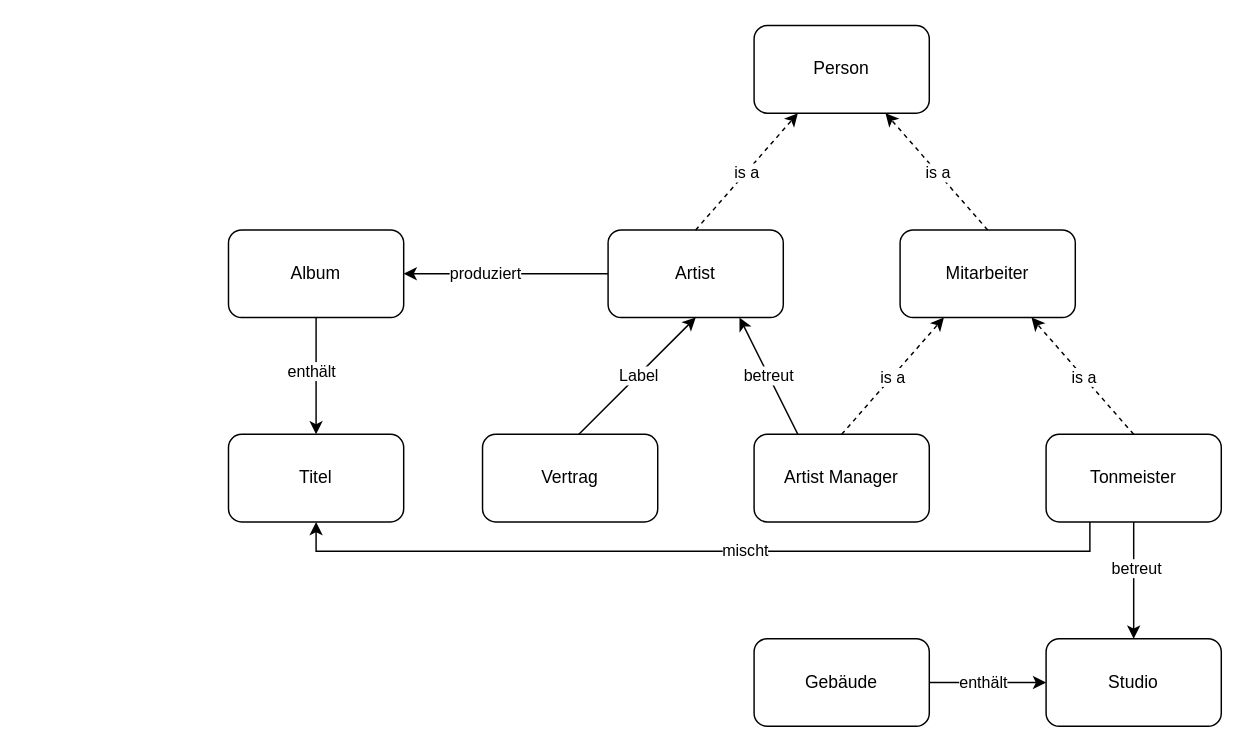
tobiasenger/zeichnungen keeps this draw.io diagram as DBSkizze1.drawio. Above is the earlier version. Source tidied: cells renumbered, new cells numbered last; positions are measured from the earlier drawing's top-left corner, leaving out a move shared by most shapes. Both pictures are drawn from the tidied source at 146%, with x=0, y=0 at pixel (228, 25).
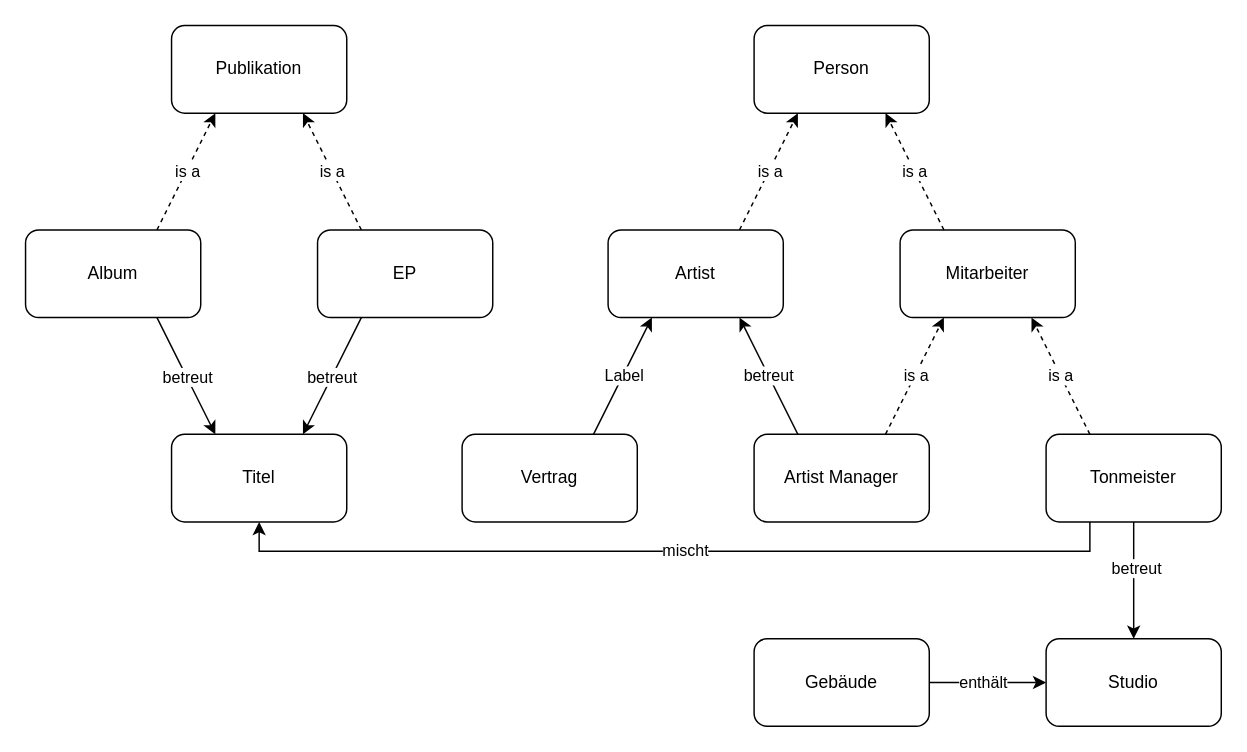
Above is the later version.

The change refers to these unchanged cells:
```xml
<mxCell id="4" value="Artist" style="rounded=1;whiteSpace=wrap;html=1;" parent="1" vertex="1">
  <mxGeometry x="260" y="140" width="120" height="60" as="geometry" />
</mxCell>
<mxCell id="10" value="Person" style="rounded=1;whiteSpace=wrap;html=1;" parent="1" vertex="1">
  <mxGeometry x="360" width="120" height="60" as="geometry" />
</mxCell>
<mxCell id="11" value="Mitarbeiter" style="rounded=1;whiteSpace=wrap;html=1;" parent="1" vertex="1">
  <mxGeometry x="460" y="140" width="120" height="60" as="geometry" />
</mxCell>
<mxCell id="14" style="edgeStyle=orthogonalEdgeStyle;rounded=0;jettySize=auto;html=1;exitX=0.25;exitY=1;exitDx=0;exitDy=0;entryX=0.5;entryY=1;entryDx=0;entryDy=0;" parent="1" edge="1" source="16" target="5">
  <mxGeometry relative="1" as="geometry" />
</mxCell>
<mxCell id="16" value="Tonmeister" style="rounded=1;whiteSpace=wrap;html=1;" parent="1" vertex="1">
  <mxGeometry x="560" y="280" width="120" height="60" as="geometry" />
</mxCell>
<mxCell id="21" value="Artist Manager" style="rounded=1;whiteSpace=wrap;html=1;" parent="1" vertex="1">
  <mxGeometry x="360" y="280" width="120" height="60" as="geometry" />
</mxCell>
```

What changed in the source:
```diff
@@
-    <mxCell id="2" style="edgeStyle=orthogonalEdgeStyle;rounded=0;jettySize=auto;html=1;exitX=0;exitY=0.5;exitDx=0;exitDy=0;entryX=1;entryY=0.5;entryDx=0;entryDy=0;" parent="1" edge="1" source="4" target="8">
-      <mxGeometry relative="1" as="geometry" />
-    </mxCell>
-    <mxCell id="3" value="produziert" style="edgeLabel;html=1;align=center;verticalAlign=middle;" parent="2" vertex="1">
-      <mxGeometry x="0.21" y="-1" relative="1" as="geometry" />
-    </mxCell>
@@
     <mxCell id="5" value="Titel" style="rounded=1;whiteSpace=wrap;html=1;" parent="1" vertex="1">
-      <mxGeometry y="280" width="120" height="60" as="geometry" />
+      <mxGeometry x="-39" y="280" width="120" height="60" as="geometry" />
     </mxCell>
-    <mxCell id="6" style="edgeStyle=orthogonalEdgeStyle;rounded=0;jettySize=auto;html=1;exitX=0.5;exitY=1;exitDx=0;exitDy=0;entryX=0.5;entryY=0;entryDx=0;entryDy=0;" parent="1" edge="1" source="8" target="5">
-      <mxGeometry relative="1" as="geometry" />
-    </mxCell>
-    <mxCell id="7" value="enthält" style="edgeLabel;html=1;align=center;verticalAlign=middle;" parent="6" vertex="1">
-      <mxGeometry x="-0.1" y="-4" relative="1" as="geometry" />
-    </mxCell>
     <mxCell id="8" value="Album" style="rounded=1;whiteSpace=wrap;html=1;" parent="1" vertex="1">
-      <mxGeometry y="140" width="120" height="60" as="geometry" />
+      <mxGeometry x="-139" y="140" width="120" height="60" as="geometry" />
     </mxCell>
@@
     <mxCell id="15" value="mischt" style="edgeLabel;html=1;align=center;verticalAlign=middle;" parent="14" vertex="1">
       <mxGeometry x="-0.1" y="2" relative="1" as="geometry">
-        <mxPoint y="-3" as="offset" />
+        <mxPoint x="-24" y="-3" as="offset" />
       </mxGeometry>
     </mxCell>
@@
     <mxCell id="20" value="Vertrag" style="rounded=1;whiteSpace=wrap;html=1;" parent="1" vertex="1">
-      <mxGeometry x="174" y="280" width="120" height="60" as="geometry" />
+      <mxGeometry x="160" y="280" width="120" height="60" as="geometry" />
     </mxCell>
@@
-    <mxCell id="22" style="endArrow=classic;html=1;rounded=0;entryX=0.5;entryY=1;entryDx=0;entryDy=0;" parent="1" edge="1" target="4">
-      <mxGeometry relative="1" as="geometry">
-        <mxPoint x="240" y="280" as="sourcePoint" />
-      </mxGeometry>
+    <mxCell id="22" style="endArrow=classic;html=1;rounded=0;entryX=0.25;entryY=1;entryDx=0;entryDy=0;exitX=0.75;exitY=0;exitDx=0;exitDy=0;" parent="1" edge="1" source="20" target="4">
+      <mxGeometry relative="1" as="geometry" />
     </mxCell>
@@
-    <mxCell id="24" style="endArrow=classic;html=1;rounded=0;dashed=1;entryX=0.75;entryY=1;entryDx=0;entryDy=0;exitX=0.5;exitY=0;exitDx=0;exitDy=0;" parent="1" edge="1" source="11" target="10">
+    <mxCell id="24" style="endArrow=classic;html=1;rounded=0;dashed=1;entryX=0.75;entryY=1;entryDx=0;entryDy=0;exitX=0.25;exitY=0;exitDx=0;exitDy=0;" parent="1" edge="1" source="11" target="10">
       <mxGeometry relative="1" as="geometry" />
     </mxCell>
@@
-    <mxCell id="26" style="endArrow=classic;html=1;rounded=0;dashed=1;entryX=0.25;entryY=1;entryDx=0;entryDy=0;exitX=0.5;exitY=0;exitDx=0;exitDy=0;" parent="1" edge="1" source="4" target="10">
+    <mxCell id="26" style="endArrow=classic;html=1;rounded=0;dashed=1;entryX=0.25;entryY=1;entryDx=0;entryDy=0;exitX=0.75;exitY=0;exitDx=0;exitDy=0;" parent="1" edge="1" source="4" target="10">
       <mxGeometry relative="1" as="geometry" />
     </mxCell>
@@
-    <mxCell id="28" style="endArrow=classic;html=1;rounded=0;dashed=1;entryX=0.75;entryY=1;entryDx=0;entryDy=0;exitX=0.5;exitY=0;exitDx=0;exitDy=0;" parent="1" edge="1" source="16" target="11">
+    <mxCell id="28" style="endArrow=classic;html=1;rounded=0;dashed=1;entryX=0.75;entryY=1;entryDx=0;entryDy=0;exitX=0.25;exitY=0;exitDx=0;exitDy=0;" parent="1" edge="1" source="16" target="11">
       <mxGeometry relative="1" as="geometry" />
     </mxCell>
@@
-    <mxCell id="30" style="endArrow=classic;html=1;rounded=0;dashed=1;entryX=0.25;entryY=1;entryDx=0;entryDy=0;exitX=0.5;exitY=0;exitDx=0;exitDy=0;" parent="1" edge="1" source="21" target="11">
+    <mxCell id="30" style="endArrow=classic;html=1;rounded=0;dashed=1;entryX=0.25;entryY=1;entryDx=0;entryDy=0;exitX=0.75;exitY=0;exitDx=0;exitDy=0;" parent="1" edge="1" source="21" target="11">
       <mxGeometry relative="1" as="geometry" />
     </mxCell>
@@
+    <mxCell id="34" value="Publikation" style="rounded=1;whiteSpace=wrap;html=1;" parent="1" vertex="1">
+      <mxGeometry x="-39" width="120" height="60" as="geometry" />
+    </mxCell>
+    <mxCell id="35" value="EP" style="rounded=1;whiteSpace=wrap;html=1;" parent="1" vertex="1">
+      <mxGeometry x="61" y="140" width="120" height="60" as="geometry" />
+    </mxCell>
+    <mxCell id="36" style="endArrow=classic;html=1;rounded=0;dashed=1;exitX=0.75;exitY=0;exitDx=0;exitDy=0;" parent="1" edge="1" source="8">
+      <mxGeometry relative="1" as="geometry">
+        <mxPoint x="-9" y="60" as="targetPoint" />
+      </mxGeometry>
+    </mxCell>
+    <mxCell id="37" value="is a" style="edgeLabel;html=1;align=center;verticalAlign=middle;" parent="36" vertex="1">
+      <mxGeometry relative="1" as="geometry" />
+    </mxCell>
+    <mxCell id="38" style="endArrow=classic;html=1;rounded=0;dashed=1;exitX=0.25;exitY=0;exitDx=0;exitDy=0;entryX=0.75;entryY=1;entryDx=0;entryDy=0;" parent="1" edge="1" source="35" target="34">
+      <mxGeometry relative="1" as="geometry" />
+    </mxCell>
+    <mxCell id="39" value="is a" style="edgeLabel;html=1;align=center;verticalAlign=middle;" parent="38" vertex="1">
+      <mxGeometry relative="1" as="geometry" />
+    </mxCell>
+    <mxCell id="6" style="endArrow=classic;html=1;rounded=0;entryX=0.25;entryY=0;entryDx=0;entryDy=0;exitX=0.75;exitY=1;exitDx=0;exitDy=0;" parent="1" edge="1" source="8" target="5">
+      <mxGeometry relative="1" as="geometry" />
+    </mxCell>
+    <mxCell id="40" value="betreut" style="edgeLabel;html=1;align=center;verticalAlign=middle;" parent="6" vertex="1">
+      <mxGeometry relative="1" as="geometry" />
+    </mxCell>
+    <mxCell id="41" style="endArrow=classic;html=1;rounded=0;entryX=0.75;entryY=0;entryDx=0;entryDy=0;exitX=0.25;exitY=1;exitDx=0;exitDy=0;" parent="1" edge="1" source="35" target="5">
+      <mxGeometry relative="1" as="geometry" />
+    </mxCell>
+    <mxCell id="42" value="betreut" style="edgeLabel;html=1;align=center;verticalAlign=middle;" parent="41" vertex="1">
+      <mxGeometry relative="1" as="geometry" />
+    </mxCell>
```
